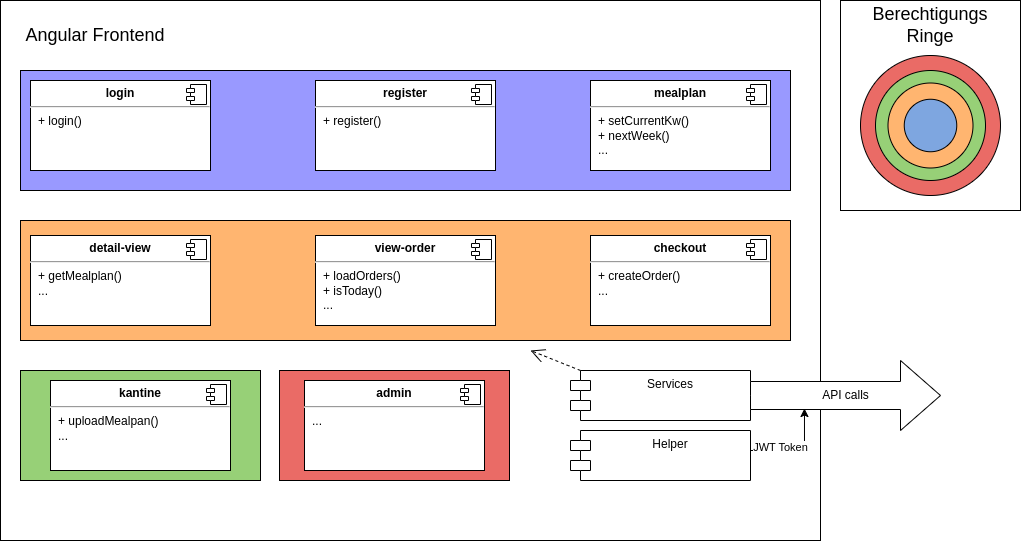
Earlier version of the draw.io export docs/resources/BlockView.png (Golo300/Kantinerado). Source tidied: cells renumbered, new cells last; positions are measured from the earlier drawing's top-left corner, leaving out a move shared by most shapes.
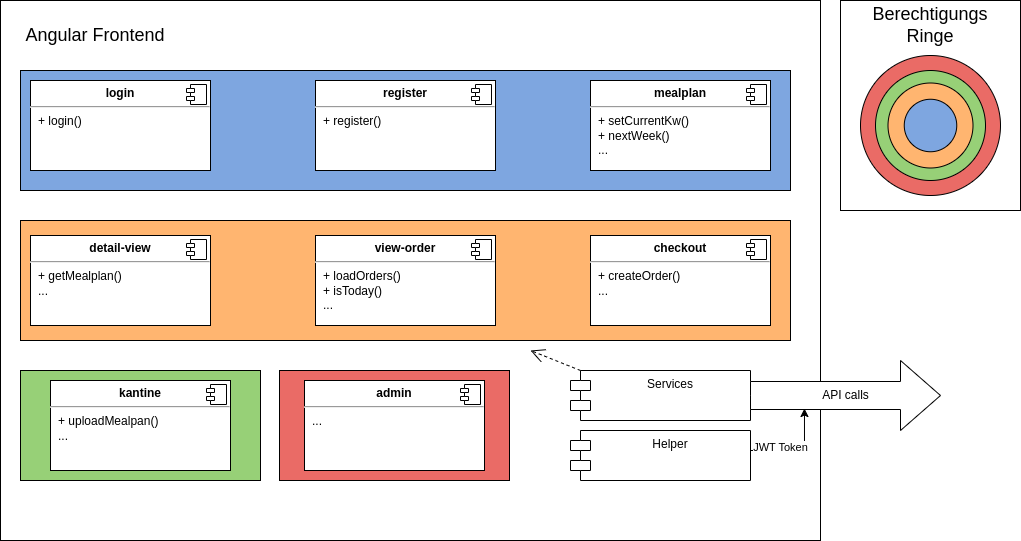
After the change.

Commit message:
update color in frontend block view

The edit, as a diff of the source:
```diff
@@ -20,7 +20,7 @@
     <mxCell id="7" style="rounded=0;whiteSpace=wrap;html=1;fillColor=#FFB570;" parent="1" vertex="1">
       <mxGeometry x="20" y="220" width="770" height="120" as="geometry" />
     </mxCell>
-    <mxCell id="8" style="rounded=0;whiteSpace=wrap;html=1;fillColor=#9999FF;" parent="1" vertex="1">
+    <mxCell id="8" style="rounded=0;whiteSpace=wrap;html=1;fillColor=#7EA6E0;" parent="1" vertex="1">
       <mxGeometry x="20" y="70" width="770" height="120" as="geometry" />
     </mxCell>
     <mxCell id="9" value="&lt;p style=&quot;margin:0px;margin-top:6px;text-align:center;&quot;&gt;&lt;b&gt;checkout&lt;/b&gt;&lt;/p&gt;&lt;hr&gt;&lt;p style=&quot;margin:0px;margin-left:8px;&quot;&gt;+ createOrder()&lt;/p&gt;&lt;p style=&quot;margin:0px;margin-left:8px;&quot;&gt;...&lt;/p&gt;" style="align=left;overflow=fill;html=1;whiteSpace=wrap;" parent="1" vertex="1">
```
